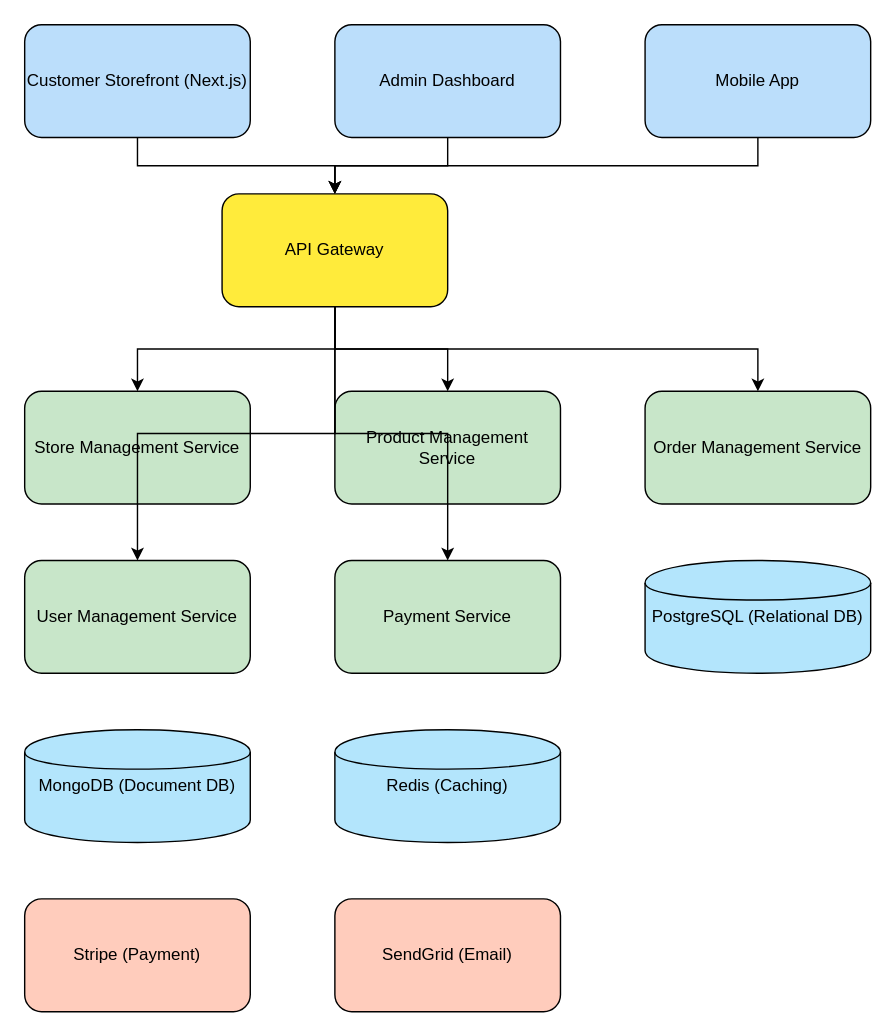
The draw.io diagram system-design-diagrams/leve2.drawio in oguz-kara/e-commerce-platform, before the edit. Source tidied: cells renumbered, new cells numbered last; positions are measured from the earlier drawing's top-left corner, leaving out a move shared by most shapes. Both pictures are drawn from the tidied source at 141%, with x=0, y=0 at pixel (24, 24).
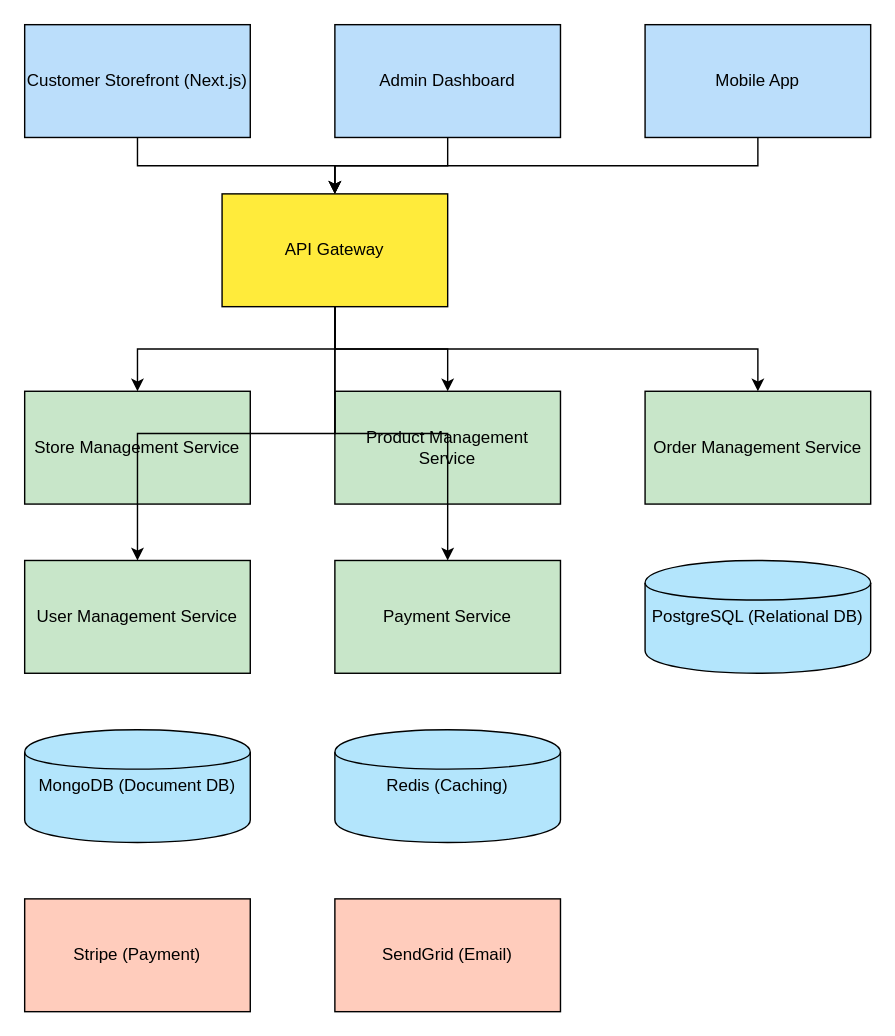
The same diagram, later.

Commit message:
fix: leve1 conflicts with level2 switched.

The edit, as a diff of the source:
```diff
@@
-    <mxCell id="2" value="Customer Storefront (Next.js)" style="rounded=1;whiteSpace=wrap;html=1;fillColor=#BBDEFB;" parent="1" vertex="1">
+    <mxCell id="2" value="Customer Storefront (Next.js)" style="rounded=0;whiteSpace=wrap;html=1;fillColor=#BBDEFB;" parent="1" vertex="1">
       <mxGeometry width="160" height="80" as="geometry" />
     </mxCell>
-    <mxCell id="3" value="Admin Dashboard" style="rounded=1;whiteSpace=wrap;html=1;fillColor=#BBDEFB;" parent="1" vertex="1">
+    <mxCell id="3" value="Admin Dashboard" style="rounded=0;whiteSpace=wrap;html=1;fillColor=#BBDEFB;" parent="1" vertex="1">
       <mxGeometry x="220" width="160" height="80" as="geometry" />
     </mxCell>
-    <mxCell id="4" value="Mobile App" style="rounded=1;whiteSpace=wrap;html=1;fillColor=#BBDEFB;" parent="1" vertex="1">
+    <mxCell id="4" value="Mobile App" style="rounded=0;whiteSpace=wrap;html=1;fillColor=#BBDEFB;" parent="1" vertex="1">
       <mxGeometry x="440" width="160" height="80" as="geometry" />
     </mxCell>
-    <mxCell id="5" value="API Gateway" style="rounded=1;whiteSpace=wrap;html=1;fillColor=#FFEB3B;" parent="1" vertex="1">
+    <mxCell id="5" value="API Gateway" style="rounded=0;whiteSpace=wrap;html=1;fillColor=#FFEB3B;" parent="1" vertex="1">
       <mxGeometry x="140" y="120" width="160" height="80" as="geometry" />
     </mxCell>
-    <mxCell id="6" value="Store Management Service" style="rounded=1;whiteSpace=wrap;html=1;fillColor=#C8E6C9;" parent="1" vertex="1">
+    <mxCell id="6" value="Store Management Service" style="rounded=0;whiteSpace=wrap;html=1;fillColor=#C8E6C9;" parent="1" vertex="1">
       <mxGeometry y="260" width="160" height="80" as="geometry" />
     </mxCell>
-    <mxCell id="7" value="Product Management Service" style="rounded=1;whiteSpace=wrap;html=1;fillColor=#C8E6C9;" parent="1" vertex="1">
+    <mxCell id="7" value="Product Management Service" style="rounded=0;whiteSpace=wrap;html=1;fillColor=#C8E6C9;" parent="1" vertex="1">
       <mxGeometry x="220" y="260" width="160" height="80" as="geometry" />
     </mxCell>
-    <mxCell id="8" value="Order Management Service" style="rounded=1;whiteSpace=wrap;html=1;fillColor=#C8E6C9;" parent="1" vertex="1">
+    <mxCell id="8" value="Order Management Service" style="rounded=0;whiteSpace=wrap;html=1;fillColor=#C8E6C9;" parent="1" vertex="1">
       <mxGeometry x="440" y="260" width="160" height="80" as="geometry" />
     </mxCell>
-    <mxCell id="9" value="User Management Service" style="rounded=1;whiteSpace=wrap;html=1;fillColor=#C8E6C9;" parent="1" vertex="1">
+    <mxCell id="9" value="User Management Service" style="rounded=0;whiteSpace=wrap;html=1;fillColor=#C8E6C9;" parent="1" vertex="1">
       <mxGeometry y="380" width="160" height="80" as="geometry" />
     </mxCell>
-    <mxCell id="10" value="Payment Service" style="rounded=1;whiteSpace=wrap;html=1;fillColor=#C8E6C9;" parent="1" vertex="1">
+    <mxCell id="10" value="Payment Service" style="rounded=0;whiteSpace=wrap;html=1;fillColor=#C8E6C9;" parent="1" vertex="1">
       <mxGeometry x="220" y="380" width="160" height="80" as="geometry" />
     </mxCell>
-    <mxCell id="11" value="PostgreSQL (Relational DB)" style="rounded=1;whiteSpace=wrap;html=1;shape=cylinder;fillColor=#B3E5FC;" parent="1" vertex="1">
+    <mxCell id="11" value="PostgreSQL (Relational DB)" style="rounded=0;whiteSpace=wrap;html=1;shape=cylinder;fillColor=#B3E5FC;" parent="1" vertex="1">
       <mxGeometry x="440" y="380" width="160" height="80" as="geometry" />
     </mxCell>
-    <mxCell id="12" value="MongoDB (Document DB)" style="rounded=1;whiteSpace=wrap;html=1;shape=cylinder;fillColor=#B3E5FC;" parent="1" vertex="1">
+    <mxCell id="12" value="MongoDB (Document DB)" style="rounded=0;whiteSpace=wrap;html=1;shape=cylinder;fillColor=#B3E5FC;" parent="1" vertex="1">
       <mxGeometry y="500" width="160" height="80" as="geometry" />
     </mxCell>
-    <mxCell id="13" value="Redis (Caching)" style="rounded=1;whiteSpace=wrap;html=1;shape=cylinder;fillColor=#B3E5FC;" parent="1" vertex="1">
+    <mxCell id="13" value="Redis (Caching)" style="rounded=0;whiteSpace=wrap;html=1;shape=cylinder;fillColor=#B3E5FC;" parent="1" vertex="1">
       <mxGeometry x="220" y="500" width="160" height="80" as="geometry" />
     </mxCell>
-    <mxCell id="14" value="Stripe (Payment)" style="rounded=1;whiteSpace=wrap;html=1;fillColor=#FFCCBC;" parent="1" vertex="1">
+    <mxCell id="14" value="Stripe (Payment)" style="rounded=0;whiteSpace=wrap;html=1;fillColor=#FFCCBC;" parent="1" vertex="1">
       <mxGeometry y="620" width="160" height="80" as="geometry" />
     </mxCell>
-    <mxCell id="15" value="SendGrid (Email)" style="rounded=1;whiteSpace=wrap;html=1;fillColor=#FFCCBC;" parent="1" vertex="1">
+    <mxCell id="15" value="SendGrid (Email)" style="rounded=0;whiteSpace=wrap;html=1;fillColor=#FFCCBC;" parent="1" vertex="1">
       <mxGeometry x="220" y="620" width="160" height="80" as="geometry" />
     </mxCell>
```
